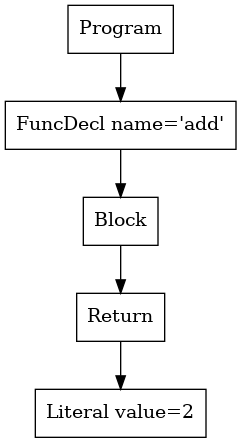
Before: p2-parser/tree.png, a diagram exported from Graphviz (dada1802/cs432-project). Its source is kept beside it as p2-parser/tree.dot.
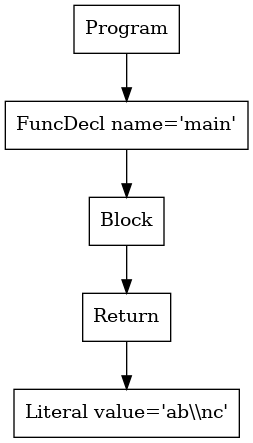
After the commit.

Diff of the diagram source:
```diff
@@ -1,10 +1,10 @@
 digraph AST {
-4 [shape=box, label="Literal value=2"];
+4 [shape=box, label="Literal value='ab\\\\nc'"];
 3 [shape=box, label="Return"];
 3 -> 4;
 2 [shape=box, label="Block"];
 2 -> 3;
-1 [shape=box, label="FuncDecl name='add'"];
+1 [shape=box, label="FuncDecl name='main'"];
 1 -> 2;
 0 [shape=box, label="Program"];
 0 -> 1;
```
